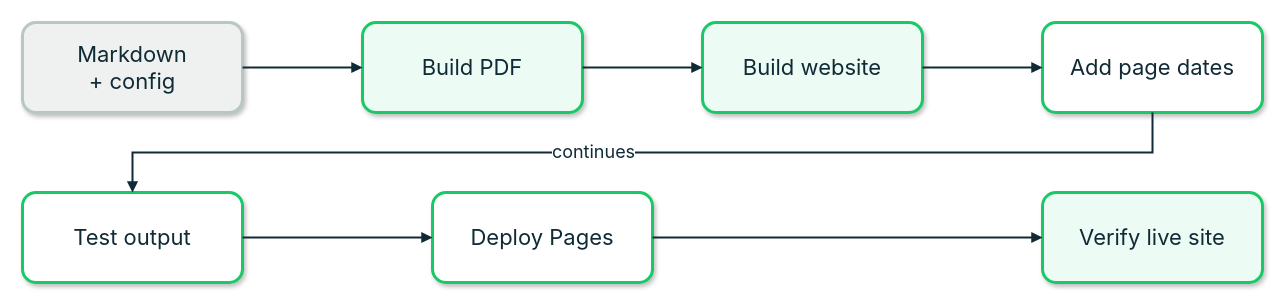
buckwem/prodockit-extensions keeps this draw.io diagram as tools/documentation-diagrams/24.1-publication-pipeline.drawio. Above is the earlier version. Source tidied: cells renumbered, new cells numbered last; positions are measured from the earlier drawing's top-left corner, leaving out a move shared by most shapes. Both pictures are drawn from the tidied source at 100%, with x=0, y=0 at pixel (22, 22).
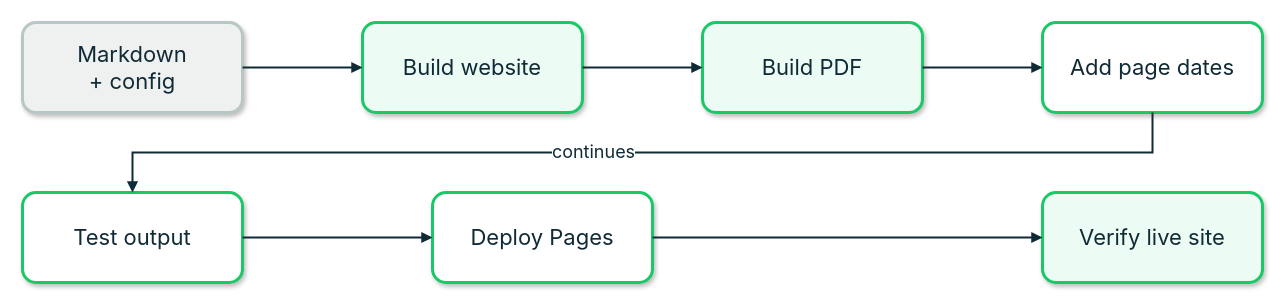
The same diagram, later.

Change to the diagram source:
```diff
@@
 <mxGraphModel>
   <root>
     <mxCell id="0" />
     <mxCell id="1" parent="0" />
     <mxCell id="2" value="Markdown&lt;br&gt;+ config" style="rounded=1;whiteSpace=wrap;html=1;fillColor=#eef1ef;strokeColor=#b8c6c5;strokeWidth=3;fontColor=#102a36;fontSize=22;fontFamily=Inter;shadow=1;" parent="1" vertex="1">
       <mxGeometry width="220" height="90" as="geometry" />
     </mxCell>
-    <mxCell id="3" value="Build PDF" style="rounded=1;whiteSpace=wrap;html=1;fillColor=#ecfbf3;strokeColor=#19c866;strokeWidth=3;fontColor=#102a36;fontSize=22;fontFamily=Inter;shadow=1;" parent="1" vertex="1">
+    <mxCell id="3" value="Build website" style="rounded=1;whiteSpace=wrap;html=1;fillColor=#ecfbf3;strokeColor=#19c866;strokeWidth=3;fontColor=#102a36;fontSize=22;fontFamily=Inter;shadow=1;" parent="1" vertex="1">
       <mxGeometry x="340" width="220" height="90" as="geometry" />
     </mxCell>
-    <mxCell id="4" value="Build website" style="rounded=1;whiteSpace=wrap;html=1;fillColor=#ecfbf3;strokeColor=#19c866;strokeWidth=3;fontColor=#102a36;fontSize=22;fontFamily=Inter;shadow=1;" parent="1" vertex="1">
+    <mxCell id="4" value="Build PDF" style="rounded=1;whiteSpace=wrap;html=1;fillColor=#ecfbf3;strokeColor=#19c866;strokeWidth=3;fontColor=#102a36;fontSize=22;fontFamily=Inter;shadow=1;" parent="1" vertex="1">
       <mxGeometry x="680" width="220" height="90" as="geometry" />
     </mxCell>
     <mxCell id="5" value="Add page dates" style="rounded=1;whiteSpace=wrap;html=1;fillColor=#ffffff;strokeColor=#19c866;strokeWidth=3;fontColor=#102a36;fontSize=22;fontFamily=Inter;shadow=1;" parent="1" vertex="1">
       <mxGeometry x="1020" width="220" height="90" as="geometry" />
     </mxCell>
     <mxCell id="6" value="Test output" style="rounded=1;whiteSpace=wrap;html=1;fillColor=#ffffff;strokeColor=#19c866;strokeWidth=3;fontColor=#102a36;fontSize=22;fontFamily=Inter;shadow=1;" parent="1" vertex="1">
       <mxGeometry y="170" width="220" height="90" as="geometry" />
     </mxCell>
     <mxCell id="7" value="Deploy Pages" style="rounded=1;whiteSpace=wrap;html=1;fillColor=#ffffff;strokeColor=#19c866;strokeWidth=3;fontColor=#102a36;fontSize=22;fontFamily=Inter;shadow=1;" parent="1" vertex="1">
       <mxGeometry x="410" y="170" width="220" height="90" as="geometry" />
     </mxCell>
     <mxCell id="8" value="Verify live site" style="rounded=1;whiteSpace=wrap;html=1;fillColor=#ecfbf3;strokeColor=#19c866;strokeWidth=3;fontColor=#102a36;fontSize=22;fontFamily=Inter;shadow=1;" parent="1" vertex="1">
       <mxGeometry x="1020" y="170" width="220" height="90" as="geometry" />
     </mxCell>
     <mxCell id="9" style="edgeStyle=orthogonalEdgeStyle;rounded=0;jettySize=auto;html=1;strokeColor=#102a36;strokeWidth=2;endArrow=block;endFill=1;fontSize=18;fontColor=#102a36;fontFamily=Inter;" parent="1" edge="1" source="2" target="3">
       <mxGeometry relative="1" as="geometry" />
     </mxCell>
     <mxCell id="10" style="edgeStyle=orthogonalEdgeStyle;rounded=0;jettySize=auto;html=1;strokeColor=#102a36;strokeWidth=2;endArrow=block;endFill=1;fontSize=18;fontColor=#102a36;fontFamily=Inter;" parent="1" edge="1" source="3" target="4">
       <mxGeometry relative="1" as="geometry" />
     </mxCell>
     <mxCell id="11" style="edgeStyle=orthogonalEdgeStyle;rounded=0;jettySize=auto;html=1;strokeColor=#102a36;strokeWidth=2;endArrow=block;endFill=1;fontSize=18;fontColor=#102a36;fontFamily=Inter;" parent="1" edge="1" source="4" target="5">
       <mxGeometry relative="1" as="geometry" />
     </mxCell>
     <mxCell id="12" style="edgeStyle=orthogonalEdgeStyle;rounded=0;jettySize=auto;html=1;strokeColor=#102a36;strokeWidth=2;endArrow=block;endFill=1;fontSize=18;fontColor=#102a36;fontFamily=Inter;entryX=0.5;entryY=0;entryDx=0;entryDy=0;" parent="1" edge="1" source="5" target="6">
       <mxGeometry relative="1" as="geometry">
         <Array as="points">
           <mxPoint x="1130" y="130" />
           <mxPoint x="110" y="130" />
         </Array>
       </mxGeometry>
     </mxCell>
     <mxCell id="13" value="&lt;span style=&quot;color: rgb(16, 42, 54); font-family: Inter; font-size: 18px;&quot;&gt;continues&lt;/span&gt;" style="edgeLabel;html=1;align=center;verticalAlign=middle;" parent="12" vertex="1">
       <mxGeometry x="0.09" y="-2" relative="1" as="geometry" />
     </mxCell>
     <mxCell id="14" style="edgeStyle=orthogonalEdgeStyle;rounded=0;jettySize=auto;html=1;strokeColor=#102a36;strokeWidth=2;endArrow=block;endFill=1;fontSize=18;fontColor=#102a36;fontFamily=Inter;" parent="1" edge="1" source="6" target="7">
       <mxGeometry relative="1" as="geometry" />
     </mxCell>
     <mxCell id="15" style="edgeStyle=orthogonalEdgeStyle;rounded=0;jettySize=auto;html=1;strokeColor=#102a36;strokeWidth=2;endArrow=block;endFill=1;fontSize=18;fontColor=#102a36;fontFamily=Inter;" parent="1" edge="1" source="7" target="8">
       <mxGeometry relative="1" as="geometry" />
     </mxCell>
   </root>
 </mxGraphModel>
```
